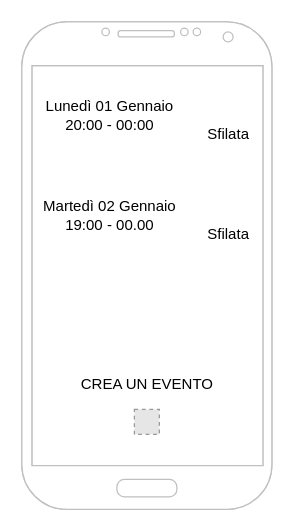
This is wireframe.drawio from ChiaraGismondi02/2020-21-webdesign-esercitazione, a draw.io file, before an edit. Source tidied: cells renumbered, new cells numbered last; positions are measured from the earlier drawing's top-left corner, leaving out a move shared by most shapes. Both pictures are drawn from the tidied source at 125%, with x=0, y=0 at pixel (21, 21). Pictures stored in the file or linked from it are replaced by grey dashed boxes.
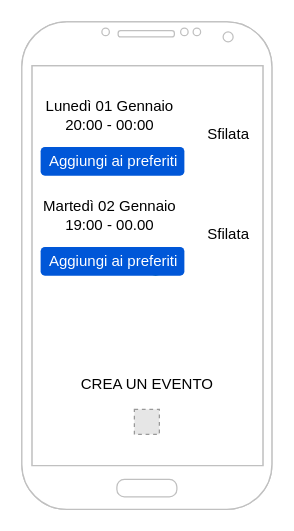
The same page after the edit.

Diff of the diagram source:
```diff
@@
 <mxGraphModel>
   <root>
     <mxCell id="0" />
     <mxCell id="1" parent="0" />
     <mxCell id="2" style="verticalLabelPosition=bottom;verticalAlign=top;html=1;shadow=0;dashed=0;strokeWidth=1;shape=mxgraph.android.phone2;strokeColor=#c0c0c0;" parent="1" vertex="1">
       <mxGeometry width="200" height="390" as="geometry" />
     </mxCell>
     <mxCell id="3" style="verticalLabelPosition=bottom;verticalAlign=top;html=1;shadow=0;dashed=0;strokeWidth=1;shape=mxgraph.android.phone2;strokeColor=#c0c0c0;" parent="1" vertex="1">
       <mxGeometry width="200" height="390" as="geometry" />
     </mxCell>
     <mxCell id="4" value="Lunedì 01 Gennaio&lt;br&gt;20:00 - 00:00" style="text;html=1;align=center;verticalAlign=middle;fillColor=none;strokeColor=none;rounded=0;" parent="1" vertex="1">
       <mxGeometry x="10" y="60" width="120" height="30" as="geometry" />
     </mxCell>
     <mxCell id="5" value="Martedì 02 Gennaio&lt;br&gt;19:00 - 00.00" style="text;html=1;align=center;verticalAlign=middle;fillColor=none;strokeColor=none;rounded=0;" parent="1" vertex="1">
       <mxGeometry x="10" y="140" width="120" height="30" as="geometry" />
     </mxCell>
     <mxCell id="6" value="Sfilata&lt;br&gt;" style="text;html=1;align=center;verticalAlign=middle;fillColor=none;strokeColor=none;rounded=0;" parent="1" vertex="1">
       <mxGeometry x="140" y="80" width="50" height="20" as="geometry" />
     </mxCell>
     <mxCell id="7" value="Sfilata" style="text;html=1;align=center;verticalAlign=middle;fillColor=none;strokeColor=none;rounded=0;" parent="1" vertex="1">
       <mxGeometry x="140" y="160" width="50" height="20" as="geometry" />
     </mxCell>
     <mxCell id="8" style="fillColor=#E6E6E6;strokeColor=#999999;dashed=1;html=1;verticalAlign=top;verticalLabelPosition=bottom;labelBackgroundColor=#ffffff;" parent="1" vertex="1">
       <mxGeometry x="90" y="310" width="20" height="20" as="geometry" />
     </mxCell>
     <mxCell id="9" value="CREA UN EVENTO" style="text;html=1;align=center;verticalAlign=middle;fillColor=none;strokeColor=none;rounded=0;" parent="1" vertex="1">
       <mxGeometry x="40" y="280" width="120" height="20" as="geometry" />
     </mxCell>
+    <mxCell id="10" value="Aggiungi ai preferiti" style="rounded=1;fillColor=#0057D8;align=center;strokeColor=none;html=1;fontColor=#ffffff;fontSize=12;" parent="1" vertex="1">
+      <mxGeometry x="15" y="100" width="115" height="23" as="geometry" />
+    </mxCell>
+    <mxCell id="11" style="html=1;shadow=0;dashed=0;shape=mxgraph.atlassian.checkbox;fillColor=#008465;strokeColor=none;html=1;" parent="1" vertex="1">
+      <mxGeometry x="100" y="189" width="14" height="14" as="geometry" />
+    </mxCell>
+    <mxCell id="12" value="Aggiungi ai preferiti" style="rounded=1;fillColor=#0057D8;align=center;strokeColor=none;html=1;fontColor=#ffffff;fontSize=12;" parent="1" vertex="1">
+      <mxGeometry x="15" y="180" width="115" height="23" as="geometry" />
+    </mxCell>
   </root>
 </mxGraphModel>
```
